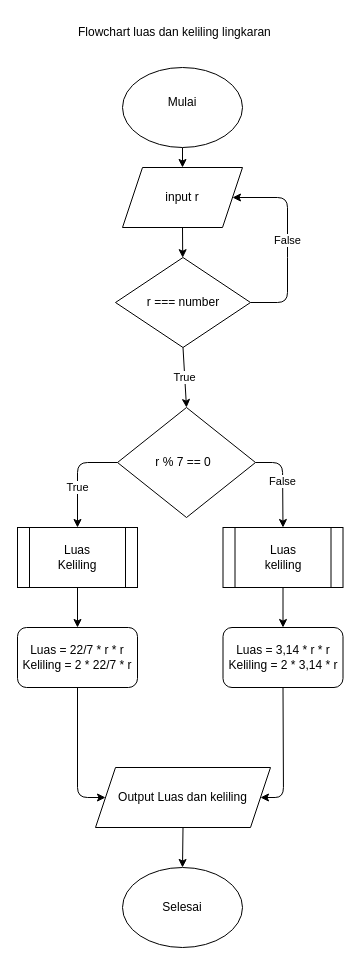
Before: page "Flowchart luas dan keliling lingkaran" (2 of 2) of tugas5.drawio in wisnu318/fwg17-computer-science, a draw.io diagram. Source tidied: cells renumbered, new cells numbered last; positions are measured from the earlier drawing's top-left corner, leaving out a move shared by most shapes. Both pictures are drawn from the tidied source at 100%, with x=0, y=0 at pixel (17, 17).
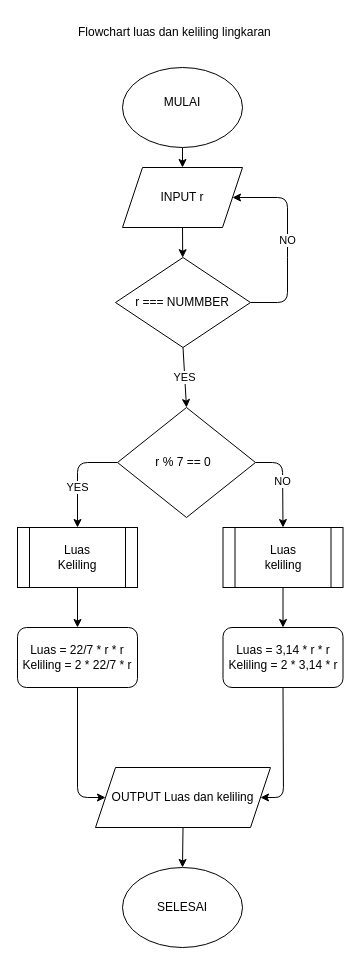
The same diagram, later.

The change refers to these unchanged cells:
```xml
<mxCell id="7" style="shape=parallelogram;perimeter=parallelogramPerimeter;whiteSpace=wrap;html=1;fixedSize=1;" parent="1" vertex="1">
  <mxGeometry x="105" y="150" width="120" height="60" as="geometry" />
</mxCell>
<mxCell id="12" style="rhombus;whiteSpace=wrap;html=1;" parent="1" vertex="1">
  <mxGeometry x="98" y="240" width="135" height="90" as="geometry" />
</mxCell>
<mxCell id="15" style="rhombus;whiteSpace=wrap;html=1;" parent="1" vertex="1">
  <mxGeometry x="100" y="390" width="138" height="110" as="geometry" />
</mxCell>
<mxCell id="21" value="Luas&lt;br&gt;Keliling" style="shape=process;whiteSpace=wrap;html=1;backgroundOutline=1;" parent="1" vertex="1">
  <mxGeometry y="510" width="120" height="60" as="geometry" />
</mxCell>
<mxCell id="23" value="Luas&lt;br&gt;keliling" style="shape=process;whiteSpace=wrap;html=1;backgroundOutline=1;" parent="1" vertex="1">
  <mxGeometry x="205.5" y="510" width="120" height="60" as="geometry" />
</mxCell>
```

The edit, as a diff of the source:
```diff
@@
-    <mxCell id="5" value="Selesai" style="ellipse;whiteSpace=wrap;html=1;" parent="1" vertex="1">
+    <mxCell id="5" value="SELESAI" style="ellipse;whiteSpace=wrap;html=1;" parent="1" vertex="1">
       <mxGeometry x="105" y="850" width="120" height="80" as="geometry" />
     </mxCell>
@@
-    <mxCell id="9" value="Output Luas dan keliling" style="shape=parallelogram;perimeter=parallelogramPerimeter;whiteSpace=wrap;html=1;fixedSize=1;" parent="1" vertex="1">
+    <mxCell id="9" value="OUTPUT Luas dan keliling" style="shape=parallelogram;perimeter=parallelogramPerimeter;whiteSpace=wrap;html=1;fixedSize=1;" parent="1" vertex="1">
       <mxGeometry x="78" y="750" width="175" height="60" as="geometry" />
     </mxCell>
-    <mxCell id="10" value="False" style="edgeStyle=none;html=1;exitX=1;exitY=0.5;exitDx=0;exitDy=0;entryX=1;entryY=0.5;entryDx=0;entryDy=0;" parent="1" edge="1" source="12" target="7">
+    <mxCell id="10" value="NO" style="edgeStyle=none;html=1;exitX=1;exitY=0.5;exitDx=0;exitDy=0;entryX=1;entryY=0.5;entryDx=0;entryDy=0;" parent="1" edge="1" source="12" target="7">
       <mxGeometry relative="1" as="geometry">
         <Array as="points">
           <mxPoint x="270" y="285" />
           <mxPoint x="270" y="230" />
           <mxPoint x="270" y="180" />
         </Array>
       </mxGeometry>
     </mxCell>
-    <mxCell id="11" value="True" style="edgeStyle=none;html=1;exitX=0.5;exitY=1;exitDx=0;exitDy=0;entryX=0.5;entryY=0;entryDx=0;entryDy=0;" parent="1" edge="1" source="12" target="15">
+    <mxCell id="11" value="YES" style="edgeStyle=none;html=1;exitX=0.5;exitY=1;exitDx=0;exitDy=0;entryX=0.5;entryY=0;entryDx=0;entryDy=0;" parent="1" edge="1" source="12" target="15">
       <mxGeometry relative="1" as="geometry" />
     </mxCell>
@@
-    <mxCell id="13" value="True" style="edgeStyle=none;html=1;exitX=0;exitY=0.5;exitDx=0;exitDy=0;entryX=0.5;entryY=0;entryDx=0;entryDy=0;" parent="1" edge="1" source="15" target="21">
+    <mxCell id="13" value="YES" style="edgeStyle=none;html=1;exitX=0;exitY=0.5;exitDx=0;exitDy=0;entryX=0.5;entryY=0;entryDx=0;entryDy=0;" parent="1" edge="1" source="15" target="21">
       <mxGeometry x="0.24" relative="1" as="geometry">
         <Array as="points">
           <mxPoint x="60" y="445" />
         </Array>
       </mxGeometry>
     </mxCell>
-    <mxCell id="14" value="False" style="edgeStyle=none;html=1;exitX=1;exitY=0.5;exitDx=0;exitDy=0;entryX=0.5;entryY=0;entryDx=0;entryDy=0;" parent="1" edge="1" source="15" target="23">
+    <mxCell id="14" value="NO" style="edgeStyle=none;html=1;exitX=1;exitY=0.5;exitDx=0;exitDy=0;entryX=0.5;entryY=0;entryDx=0;entryDy=0;" parent="1" edge="1" source="15" target="23">
       <mxGeometry relative="1" as="geometry">
         <Array as="points">
           <mxPoint x="265" y="445" />
         </Array>
       </mxGeometry>
     </mxCell>
@@
-    <mxCell id="16" value="Mulai" style="text;html=1;strokeColor=none;fillColor=none;align=center;verticalAlign=middle;whiteSpace=wrap;rounded=0;" parent="1" vertex="1">
+    <mxCell id="16" value="MULAI" style="text;html=1;strokeColor=none;fillColor=none;align=center;verticalAlign=middle;whiteSpace=wrap;rounded=0;" parent="1" vertex="1">
       <mxGeometry x="135" y="70" width="60" height="30" as="geometry" />
     </mxCell>
-    <mxCell id="17" value="input r" style="text;html=1;strokeColor=none;fillColor=none;align=center;verticalAlign=middle;whiteSpace=wrap;rounded=0;" parent="1" vertex="1">
+    <mxCell id="17" value="INPUT r" style="text;html=1;strokeColor=none;fillColor=none;align=center;verticalAlign=middle;whiteSpace=wrap;rounded=0;" parent="1" vertex="1">
       <mxGeometry x="135" y="165" width="60" height="30" as="geometry" />
     </mxCell>
-    <mxCell id="18" value="r === number" style="text;html=1;strokeColor=none;fillColor=none;align=center;verticalAlign=middle;whiteSpace=wrap;rounded=0;" parent="1" vertex="1">
-      <mxGeometry x="125.5" y="270" width="80" height="30" as="geometry" />
+    <mxCell id="18" value="r === NUMMBER" style="text;html=1;strokeColor=none;fillColor=none;align=center;verticalAlign=middle;whiteSpace=wrap;rounded=0;" parent="1" vertex="1">
+      <mxGeometry x="117" y="270" width="95.5" height="30" as="geometry" />
     </mxCell>
```
